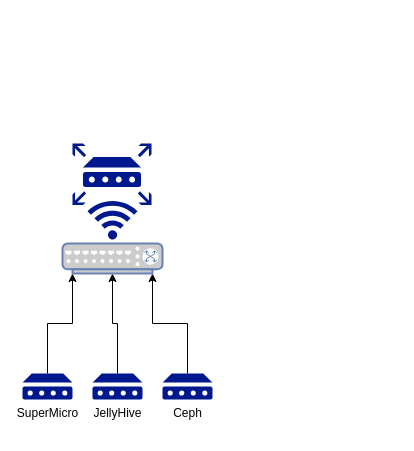
Earlier version of the draw.io diagram page "Network Overview" (1 of 7) of Homelab Diagram.drawio (JPLamb193/Homelab). Source tidied: cells renumbered, new cells numbered last; positions are measured from the earlier drawing's top-left corner, leaving out a move shared by most shapes. Both pictures are drawn from the tidied source at 100%, with x=0, y=0 at pixel (22, 143).
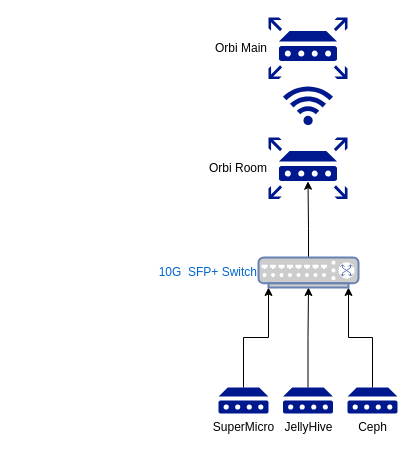
Above is the later version.

Change to the diagram source:
```diff
@@
 <mxGraphModel>
   <root>
     <mxCell id="0" />
     <mxCell id="1" parent="0" />
     <mxCell id="2" style="edgeStyle=orthogonalEdgeStyle;rounded=0;jettySize=auto;html=1;entryX=0.1;entryY=1;entryDx=0;entryDy=0;entryPerimeter=0;" parent="1" edge="1" source="3" target="8">
       <mxGeometry relative="1" as="geometry" />
     </mxCell>
     <mxCell id="3" value="SuperMicro" style="sketch=0;shadow=0;dashed=0;html=1;strokeColor=none;labelPosition=center;verticalLabelPosition=bottom;verticalAlign=top;align=center;fillColor=#00188D;shape=mxgraph.mscae.enterprise.device;" parent="1" vertex="1">
-      <mxGeometry y="230" width="50" height="26" as="geometry" />
+      <mxGeometry x="196" y="244" width="50" height="26" as="geometry" />
     </mxCell>
     <mxCell id="4" style="edgeStyle=orthogonalEdgeStyle;rounded=0;jettySize=auto;html=1;entryX=0.9;entryY=1;entryDx=0;entryDy=0;entryPerimeter=0;" parent="1" edge="1" source="5" target="8">
       <mxGeometry relative="1" as="geometry" />
     </mxCell>
     <mxCell id="5" value="Ceph" style="sketch=0;shadow=0;dashed=0;html=1;strokeColor=none;labelPosition=center;verticalLabelPosition=bottom;verticalAlign=top;align=center;fillColor=#00188D;shape=mxgraph.mscae.enterprise.device;" parent="1" vertex="1">
-      <mxGeometry x="140" y="230" width="50" height="26" as="geometry" />
+      <mxGeometry x="325" y="244" width="50" height="26" as="geometry" />
     </mxCell>
     <mxCell id="6" style="edgeStyle=orthogonalEdgeStyle;rounded=0;jettySize=auto;html=1;entryX=0.5;entryY=1;entryDx=0;entryDy=0;entryPerimeter=0;" parent="1" edge="1" source="7" target="8">
       <mxGeometry relative="1" as="geometry" />
     </mxCell>
     <mxCell id="7" value="JellyHive" style="sketch=0;shadow=0;dashed=0;html=1;strokeColor=none;labelPosition=center;verticalLabelPosition=bottom;verticalAlign=top;align=center;fillColor=#00188D;shape=mxgraph.mscae.enterprise.device;" parent="1" vertex="1">
-      <mxGeometry x="70" y="230" width="50" height="26" as="geometry" />
+      <mxGeometry x="260.5" y="244" width="50" height="26" as="geometry" />
     </mxCell>
+    <mxCell id="11" style="edgeStyle=orthogonalEdgeStyle;rounded=0;jettySize=auto;html=1;exitX=0.5;exitY=0;exitDx=0;exitDy=0;exitPerimeter=0;entryX=0.5;entryY=0.71;entryDx=0;entryDy=0;entryPerimeter=0;" parent="1" edge="1" source="8" target="12">
+      <mxGeometry relative="1" as="geometry" />
+    </mxCell>
-    <mxCell id="8" style="fontColor=#0066CC;verticalAlign=top;verticalLabelPosition=bottom;labelPosition=center;align=center;html=1;outlineConnect=0;fillColor=#CCCCCC;strokeColor=#6881B3;gradientColor=none;gradientDirection=north;strokeWidth=2;shape=mxgraph.networks.switch;" parent="1" vertex="1">
-      <mxGeometry x="40" y="100" width="100" height="30" as="geometry" />
+    <mxCell id="8" value="10G&amp;nbsp; SFP+ Switch" style="fontColor=#0066CC;verticalAlign=middle;verticalLabelPosition=middle;labelPosition=left;align=right;html=1;outlineConnect=0;fillColor=#CCCCCC;strokeColor=#6881B3;gradientColor=none;gradientDirection=north;strokeWidth=2;shape=mxgraph.networks.switch;" parent="1" vertex="1">
+      <mxGeometry x="236" y="114" width="100" height="30" as="geometry" />
     </mxCell>
     <mxCell id="9" style="sketch=0;shadow=0;dashed=0;html=1;strokeColor=none;labelPosition=center;verticalLabelPosition=bottom;verticalAlign=top;align=center;fillColor=#00188D;shape=mxgraph.mscae.enterprise.wireless_connection;rotation=-90;" parent="1" vertex="1">
-      <mxGeometry x="69" y="50" width="42" height="50" as="geometry" />
+      <mxGeometry x="264.5" y="-64.4" width="42" height="50" as="geometry" />
     </mxCell>
-    <mxCell id="10" style="sketch=0;shadow=0;dashed=0;html=1;strokeColor=none;labelPosition=center;verticalLabelPosition=bottom;verticalAlign=top;align=center;fillColor=#00188D;shape=mxgraph.mscae.enterprise.router;" parent="1" vertex="1">
-      <mxGeometry x="50" width="79" height="61.6" as="geometry" />
+    <mxCell id="10" value="Orbi Main" style="sketch=0;shadow=0;dashed=0;html=1;strokeColor=none;labelPosition=left;verticalLabelPosition=middle;verticalAlign=middle;align=right;fillColor=#00188D;shape=mxgraph.mscae.enterprise.router;" parent="1" vertex="1">
+      <mxGeometry x="246" y="-126" width="79" height="61.6" as="geometry" />
     </mxCell>
+    <mxCell id="12" value="Orbi Room" style="sketch=0;shadow=0;dashed=0;html=1;strokeColor=none;labelPosition=left;verticalLabelPosition=middle;verticalAlign=middle;align=right;fillColor=#00188D;shape=mxgraph.mscae.enterprise.router;" parent="1" vertex="1">
+      <mxGeometry x="246" y="-6" width="79" height="61.6" as="geometry" />
+    </mxCell>
   </root>
 </mxGraphModel>
```
